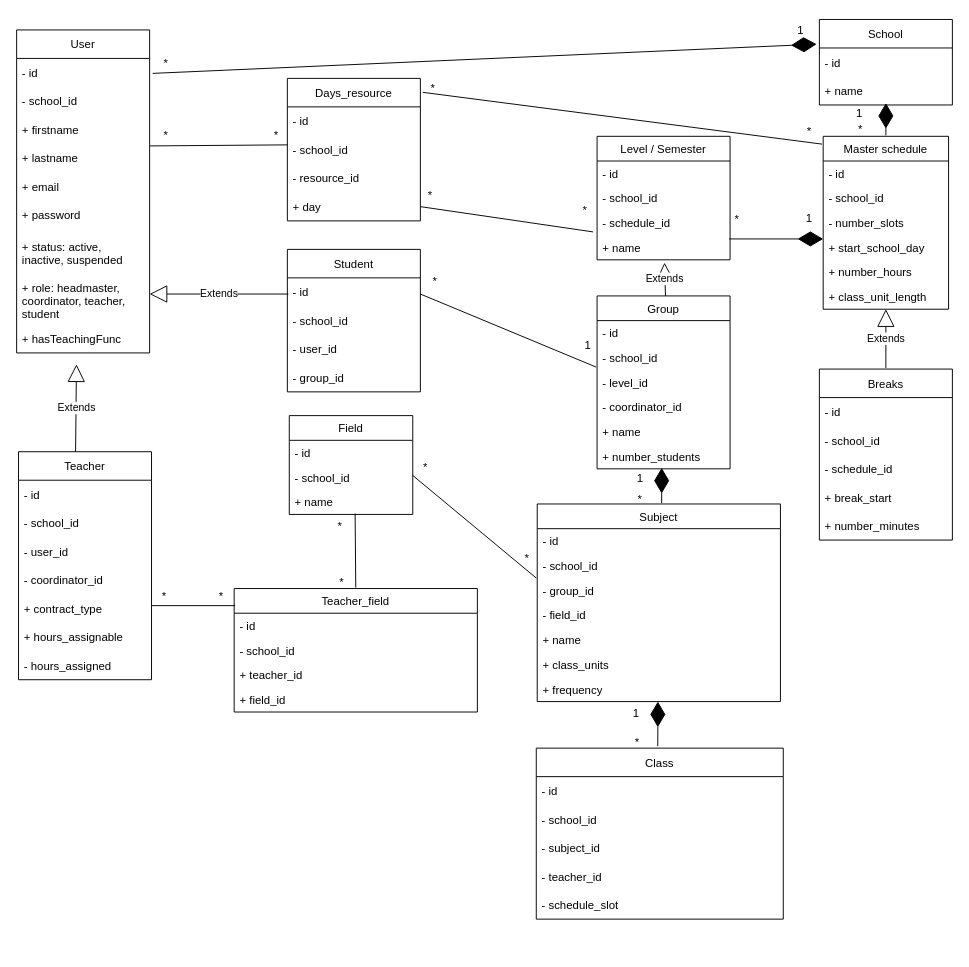
Before: stages/3_Design/entities/entities_UML.drawio in JeromeVargas/schedule_maker, a draw.io diagram. Source tidied: cells renumbered, new cells numbered last; positions are measured from the earlier drawing's top-left corner, leaving out a move shared by most shapes. Both pictures are drawn from the tidied source at 95%, with x=0, y=0 at pixel (16, 16).
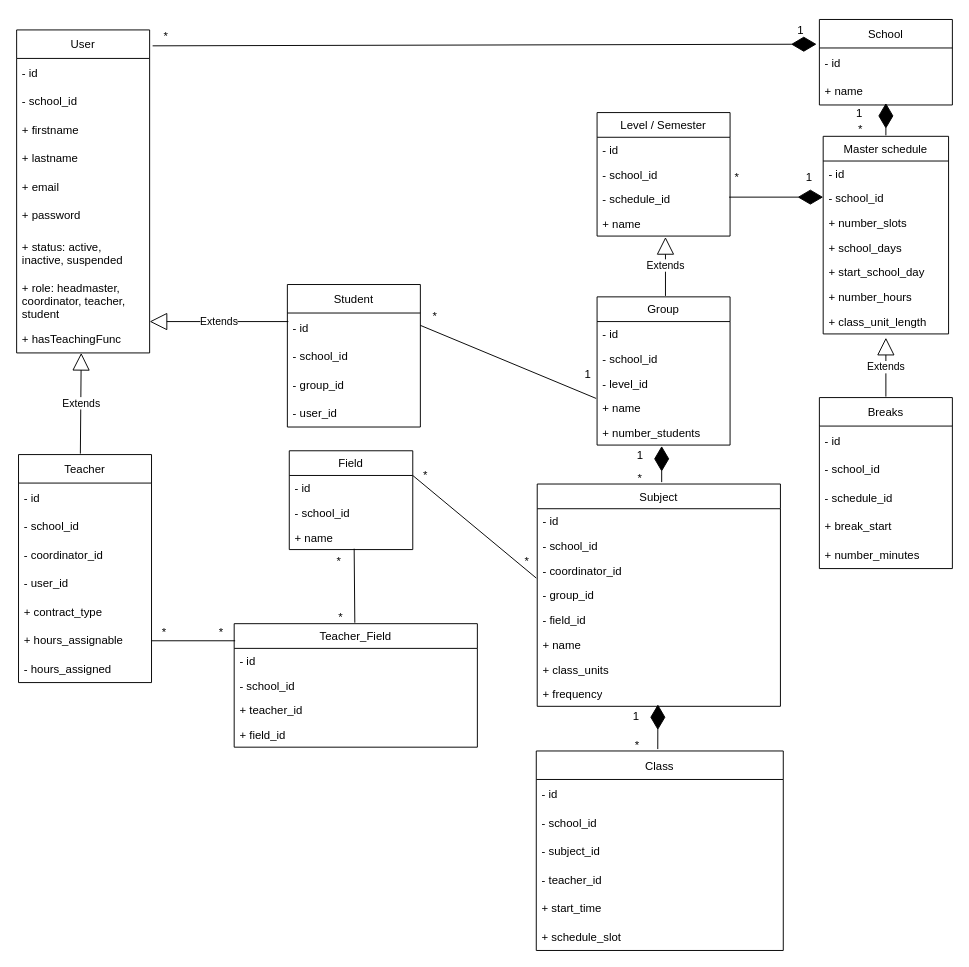
The same page after the edit.

The change refers to these unchanged cells:
```xml
<mxCell id="32" value="- schedule_id" style="text;strokeColor=none;fillColor=none;align=left;verticalAlign=top;spacingLeft=4;spacingRight=4;overflow=hidden;points=[[0,0.5],[1,0.5]];portConstraint=eastwest;" parent="29" vertex="1">
  <mxGeometry y="78" width="140" height="26" as="geometry" />
</mxCell>
<mxCell id="33" value="+ name" style="text;strokeColor=none;fillColor=none;align=left;verticalAlign=top;spacingLeft=4;spacingRight=4;overflow=hidden;points=[[0,0.5],[1,0.5]];portConstraint=eastwest;" parent="29" vertex="1">
  <mxGeometry y="104" width="140" height="26" as="geometry" />
</mxCell>
```

What changed in the source:
```diff
@@
     <mxCell id="16" value="Master schedule" style="swimlane;fontStyle=0;horizontal=1;startSize=26;fillColor=none;" parent="1" vertex="1">
-      <mxGeometry x="849" y="126" width="132" height="182" as="geometry" />
+      <mxGeometry x="849" y="126" width="132" height="208" as="geometry" />
     </mxCell>
@@
-    <mxCell id="19" value="- number_slots" style="text;strokeColor=none;fillColor=none;align=left;verticalAlign=top;spacingLeft=4;spacingRight=4;overflow=hidden;" parent="16" vertex="1">
+    <mxCell id="19" value="+ number_slots" style="text;strokeColor=none;fillColor=none;align=left;verticalAlign=top;spacingLeft=4;spacingRight=4;overflow=hidden;" parent="16" vertex="1">
       <mxGeometry y="78" width="132" height="26" as="geometry" />
     </mxCell>
+    <mxCell id="121" value="+ school_days" style="text;strokeColor=none;fillColor=none;align=left;verticalAlign=top;spacingLeft=4;spacingRight=4;overflow=hidden;" parent="16" vertex="1">
+      <mxGeometry y="104" width="132" height="26" as="geometry" />
+    </mxCell>
     <mxCell id="20" value="+ start_school_day" style="text;strokeColor=none;fillColor=none;align=left;verticalAlign=top;spacingLeft=4;spacingRight=4;overflow=hidden;" parent="16" vertex="1">
-      <mxGeometry y="104" width="132" height="26" as="geometry" />
+      <mxGeometry y="130" width="132" height="26" as="geometry" />
     </mxCell>
     <mxCell id="21" value="+ number_hours" style="text;strokeColor=none;fillColor=none;align=left;verticalAlign=top;spacingLeft=4;spacingRight=4;overflow=hidden;" parent="16" vertex="1">
-      <mxGeometry y="130" width="132" height="26" as="geometry" />
+      <mxGeometry y="156" width="132" height="26" as="geometry" />
     </mxCell>
     <mxCell id="22" value="+ class_unit_length" style="text;strokeColor=none;fillColor=none;align=left;verticalAlign=top;spacingLeft=4;spacingRight=4;overflow=hidden;" parent="16" vertex="1">
-      <mxGeometry y="156" width="132" height="26" as="geometry" />
+      <mxGeometry y="182" width="132" height="26" as="geometry" />
     </mxCell>
     <mxCell id="23" value="Breaks" style="swimlane;fontStyle=0;horizontal=1;startSize=30;" parent="1" vertex="1">
-      <mxGeometry x="845" y="371" width="140" height="180" as="geometry" />
+      <mxGeometry x="845" y="401" width="140" height="180" as="geometry" />
     </mxCell>
@@
     <mxCell id="29" value="Level / Semester" style="swimlane;fontStyle=0;horizontal=1;startSize=26;fillColor=none;" parent="1" vertex="1">
-      <mxGeometry x="611" y="126" width="140" height="130" as="geometry" />
+      <mxGeometry x="611" y="101" width="140" height="130" as="geometry" />
     </mxCell>
@@
     <mxCell id="34" value="Subject" style="swimlane;fontStyle=0;horizontal=1;startSize=26;fillColor=none;" parent="1" vertex="1">
-      <mxGeometry x="548" y="513" width="256" height="208" as="geometry" />
+      <mxGeometry x="548" y="492" width="256" height="234" as="geometry" />
     </mxCell>
@@
+    <mxCell id="113" value="- coordinator_id" style="text;strokeColor=none;fillColor=none;align=left;verticalAlign=top;spacingLeft=4;spacingRight=4;overflow=hidden;" parent="34" vertex="1">
+      <mxGeometry y="78" width="256" height="26" as="geometry" />
+    </mxCell>
     <mxCell id="37" value="- group_id" style="text;strokeColor=none;fillColor=none;align=left;verticalAlign=top;spacingLeft=4;spacingRight=4;overflow=hidden;" parent="34" vertex="1">
-      <mxGeometry y="78" width="256" height="26" as="geometry" />
+      <mxGeometry y="104" width="256" height="26" as="geometry" />
     </mxCell>
     <mxCell id="38" value="- field_id" style="text;strokeColor=none;fillColor=none;align=left;verticalAlign=top;spacingLeft=4;spacingRight=4;overflow=hidden;" parent="34" vertex="1">
-      <mxGeometry y="104" width="256" height="26" as="geometry" />
+      <mxGeometry y="130" width="256" height="26" as="geometry" />
     </mxCell>
     <mxCell id="39" value="+ name" style="text;strokeColor=none;fillColor=none;align=left;verticalAlign=top;spacingLeft=4;spacingRight=4;overflow=hidden;" parent="34" vertex="1">
-      <mxGeometry y="130" width="256" height="26" as="geometry" />
+      <mxGeometry y="156" width="256" height="26" as="geometry" />
     </mxCell>
     <mxCell id="40" value="+ class_units" style="text;strokeColor=none;fillColor=none;align=left;verticalAlign=top;spacingLeft=4;spacingRight=4;overflow=hidden;" parent="34" vertex="1">
-      <mxGeometry y="156" width="256" height="26" as="geometry" />
+      <mxGeometry y="182" width="256" height="26" as="geometry" />
     </mxCell>
     <mxCell id="41" value="+ frequency" style="text;strokeColor=none;fillColor=none;align=left;verticalAlign=top;spacingLeft=4;spacingRight=4;overflow=hidden;whiteSpace=wrap;" parent="34" vertex="1">
-      <mxGeometry y="182" width="256" height="26" as="geometry" />
+      <mxGeometry y="208" width="256" height="26" as="geometry" />
     </mxCell>
     <mxCell id="42" value="Class" style="swimlane;fontStyle=0;horizontal=1;startSize=30;" parent="1" vertex="1">
-      <mxGeometry x="547" y="770" width="260" height="180" as="geometry" />
+      <mxGeometry x="547" y="773" width="260" height="210" as="geometry" />
     </mxCell>
@@
+    <mxCell id="122" value="+ start_time" style="text;strokeColor=none;fillColor=none;align=left;verticalAlign=middle;spacingLeft=4;spacingRight=4;overflow=hidden;" parent="42" vertex="1">
+      <mxGeometry y="150" width="260" height="30" as="geometry" />
+    </mxCell>
-    <mxCell id="47" value="- schedule_slot" style="text;strokeColor=none;fillColor=none;align=left;verticalAlign=middle;spacingLeft=4;spacingRight=4;overflow=hidden;" parent="42" vertex="1">
-      <mxGeometry y="150" width="260" height="30" as="geometry" />
+    <mxCell id="47" value="+ schedule_slot" style="text;strokeColor=none;fillColor=none;align=left;verticalAlign=middle;spacingLeft=4;spacingRight=4;overflow=hidden;" parent="42" vertex="1">
+      <mxGeometry y="180" width="260" height="30" as="geometry" />
     </mxCell>
     <mxCell id="48" value="Teacher" style="swimlane;fontStyle=0;horizontal=1;startSize=30;" parent="1" vertex="1">
-      <mxGeometry x="2" y="458" width="140" height="240" as="geometry" />
+      <mxGeometry x="2" y="461" width="140" height="240" as="geometry" />
     </mxCell>
@@
+    <mxCell id="52" value="- coordinator_id" style="text;strokeColor=none;fillColor=none;align=left;verticalAlign=middle;spacingLeft=4;spacingRight=4;overflow=hidden;" parent="48" vertex="1">
+      <mxGeometry y="90" width="140" height="30" as="geometry" />
+    </mxCell>
     <mxCell id="51" value="- user_id" style="text;strokeColor=none;fillColor=none;align=left;verticalAlign=middle;spacingLeft=4;spacingRight=4;overflow=hidden;" parent="48" vertex="1">
-      <mxGeometry y="90" width="140" height="30" as="geometry" />
+      <mxGeometry y="120" width="140" height="30" as="geometry" />
     </mxCell>
-    <mxCell id="52" value="- coordinator_id" style="text;strokeColor=none;fillColor=none;align=left;verticalAlign=middle;spacingLeft=4;spacingRight=4;overflow=hidden;" parent="48" vertex="1">
-      <mxGeometry y="120" width="140" height="30" as="geometry" />
-    </mxCell>
@@
     <mxCell id="56" value="Student" style="swimlane;fontStyle=0;horizontal=1;startSize=30;" parent="1" vertex="1">
-      <mxGeometry x="285" y="245" width="140" height="150" as="geometry" />
+      <mxGeometry x="285" y="282" width="140" height="150" as="geometry" />
     </mxCell>
@@
+    <mxCell id="60" value="- group_id" style="text;strokeColor=none;fillColor=none;align=left;verticalAlign=middle;spacingLeft=4;spacingRight=4;overflow=hidden;" parent="56" vertex="1">
+      <mxGeometry y="90" width="140" height="30" as="geometry" />
+    </mxCell>
     <mxCell id="59" value="- user_id" style="text;strokeColor=none;fillColor=none;align=left;verticalAlign=middle;spacingLeft=4;spacingRight=4;overflow=hidden;" parent="56" vertex="1">
-      <mxGeometry y="90" width="140" height="30" as="geometry" />
+      <mxGeometry y="120" width="140" height="30" as="geometry" />
     </mxCell>
-    <mxCell id="60" value="- group_id" style="text;strokeColor=none;fillColor=none;align=left;verticalAlign=middle;spacingLeft=4;spacingRight=4;overflow=hidden;" parent="56" vertex="1">
-      <mxGeometry y="120" width="140" height="30" as="geometry" />
-    </mxCell>
-    <mxCell id="61" value="Teacher_field" style="swimlane;fontStyle=0;horizontal=1;startSize=26;fillColor=none;" parent="1" vertex="1">
-      <mxGeometry x="229" y="602" width="256" height="130" as="geometry" />
+    <mxCell id="61" value="Teacher_Field" style="swimlane;fontStyle=0;horizontal=1;startSize=26;fillColor=none;" parent="1" vertex="1">
+      <mxGeometry x="229" y="639" width="256" height="130" as="geometry" />
     </mxCell>
@@
-    <mxCell id="66" value="Extends" style="endArrow=block;endSize=16;endFill=0;html=1;rounded=0;entryX=0.486;entryY=1.02;entryDx=0;entryDy=0;entryPerimeter=0;exitX=0.429;exitY=0;exitDx=0;exitDy=0;exitPerimeter=0;" parent="1" edge="1" source="48">
+    <mxCell id="66" value="Extends" style="endArrow=block;endSize=16;endFill=0;html=1;rounded=0;entryX=0.45;entryY=0.933;entryDx=0;entryDy=0;entryPerimeter=0;exitX=0.429;exitY=0;exitDx=0;exitDy=0;exitPerimeter=0;" parent="1" edge="1">
       <mxGeometry relative="1" as="geometry">
-        <mxPoint x="63" y="366" as="targetPoint" />
+        <mxPoint x="67.1" y="460" as="sourcePoint" />
+        <mxPoint x="68" y="354" as="targetPoint" />
       </mxGeometry>
     </mxCell>
     <mxCell id="67" value="Extends" style="endArrow=block;endSize=16;endFill=0;html=1;rounded=0;exitX=0;exitY=0.5;exitDx=0;exitDy=0;" parent="1" edge="1">
       <mxGeometry relative="1" as="geometry">
-        <mxPoint x="286" y="292" as="sourcePoint" />
-        <mxPoint x="140" y="292" as="targetPoint" />
+        <mxPoint x="286" y="321" as="sourcePoint" />
+        <mxPoint x="140" y="321" as="targetPoint" />
       </mxGeometry>
     </mxCell>
     <mxCell id="68" value="Extends" style="endArrow=block;endSize=16;endFill=0;html=1;rounded=0;exitX=0.5;exitY=0;exitDx=0;exitDy=0;entryX=0.5;entryY=1.115;entryDx=0;entryDy=0;entryPerimeter=0;" parent="1" edge="1">
       <mxGeometry relative="1" as="geometry">
-        <mxPoint x="915" y="370" as="sourcePoint" />
-        <mxPoint x="915" y="308" as="targetPoint" />
+        <mxPoint x="915" y="400" as="sourcePoint" />
+        <mxPoint x="915" y="338" as="targetPoint" />
       </mxGeometry>
     </mxCell>
@@
     <mxCell id="73" style="endArrow=diamondThin;endFill=1;endSize=24;html=1;rounded=0;" parent="1" edge="1">
       <mxGeometry relative="1" as="geometry">
-        <mxPoint x="679" y="512" as="sourcePoint" />
-        <mxPoint x="679" y="475" as="targetPoint" />
+        <mxPoint x="679" y="490" as="sourcePoint" />
+        <mxPoint x="679" y="452" as="targetPoint" />
       </mxGeometry>
     </mxCell>
     <mxCell id="74" value="1" style="text;html=1;align=center;verticalAlign=middle;strokeColor=none;fillColor=none;" parent="1" vertex="1">
-      <mxGeometry x="641" y="471" width="30" height="30" as="geometry" />
+      <mxGeometry x="641" y="447" width="30" height="30" as="geometry" />
     </mxCell>
     <mxCell id="75" value="*" style="text;html=1;align=center;verticalAlign=middle;strokeColor=none;fillColor=none;" parent="1" vertex="1">
-      <mxGeometry x="641" y="493" width="30" height="30" as="geometry" />
+      <mxGeometry x="641" y="471" width="30" height="30" as="geometry" />
     </mxCell>
     <mxCell id="76" style="endArrow=diamondThin;endFill=1;endSize=24;html=1;rounded=0;exitX=0.492;exitY=0.033;exitDx=0;exitDy=0;exitPerimeter=0;" parent="1" edge="1">
       <mxGeometry relative="1" as="geometry">
-        <mxPoint x="674.9" y="768" as="sourcePoint" />
-        <mxPoint x="675" y="721" as="targetPoint" />
+        <mxPoint x="674.9" y="771" as="sourcePoint" />
+        <mxPoint x="675" y="724" as="targetPoint" />
       </mxGeometry>
     </mxCell>
     <mxCell id="77" value="1" style="text;html=1;align=center;verticalAlign=middle;strokeColor=none;fillColor=none;" parent="1" vertex="1">
-      <mxGeometry x="637" y="719" width="30" height="30" as="geometry" />
+      <mxGeometry x="637" y="722" width="30" height="30" as="geometry" />
     </mxCell>
     <mxCell id="78" value="*" style="text;html=1;align=center;verticalAlign=middle;strokeColor=none;fillColor=none;" parent="1" vertex="1">
-      <mxGeometry x="638" y="749" width="30" height="30" as="geometry" />
+      <mxGeometry x="638" y="752" width="30" height="30" as="geometry" />
     </mxCell>
     <mxCell id="79" value="Field" style="swimlane;fontStyle=0;horizontal=1;startSize=26;fillColor=none;" parent="1" vertex="1">
-      <mxGeometry x="287" y="420" width="130" height="104" as="geometry" />
+      <mxGeometry x="287" y="457" width="130" height="104" as="geometry" />
     </mxCell>
@@
     <mxCell id="83" style="endArrow=none;endFill=1;endSize=24;html=1;rounded=0;entryX=1;entryY=0.5;entryDx=0;entryDy=0;" parent="1" edge="1">
       <mxGeometry relative="1" as="geometry">
-        <mxPoint x="230" y="620" as="sourcePoint" />
-        <mxPoint x="142" y="620" as="targetPoint" />
+        <mxPoint x="230" y="657" as="sourcePoint" />
+        <mxPoint x="142" y="657" as="targetPoint" />
       </mxGeometry>
     </mxCell>
     <mxCell id="84" value="*" style="text;html=1;align=center;verticalAlign=middle;strokeColor=none;fillColor=none;" parent="1" vertex="1">
-      <mxGeometry x="327" y="581" width="30" height="30" as="geometry" />
+      <mxGeometry x="326" y="618" width="30" height="30" as="geometry" />
     </mxCell>
     <mxCell id="85" value="*" style="text;html=1;align=center;verticalAlign=middle;strokeColor=none;fillColor=none;" parent="1" vertex="1">
-      <mxGeometry x="325" y="522" width="30" height="30" as="geometry" />
+      <mxGeometry x="324" y="559" width="30" height="30" as="geometry" />
     </mxCell>
     <mxCell id="86" value="1" style="text;html=1;align=center;verticalAlign=middle;strokeColor=none;fillColor=none;" parent="1" vertex="1">
-      <mxGeometry x="819" y="198" width="30" height="30" as="geometry" />
+      <mxGeometry x="819" y="154" width="30" height="30" as="geometry" />
     </mxCell>
     <mxCell id="87" value="*" style="text;html=1;align=center;verticalAlign=middle;strokeColor=none;fillColor=none;" parent="1" vertex="1">
-      <mxGeometry x="743" y="199" width="30" height="30" as="geometry" />
+      <mxGeometry x="743" y="155" width="30" height="30" as="geometry" />
     </mxCell>
-    <mxCell id="88" value="Days_resource" style="swimlane;fontStyle=0;horizontal=1;startSize=30;" parent="1" vertex="1">
-      <mxGeometry x="285" y="65" width="140" height="150" as="geometry" />
-    </mxCell>
-    <mxCell id="89" value="- id" style="text;strokeColor=none;fillColor=none;align=left;verticalAlign=middle;spacingLeft=4;spacingRight=4;overflow=hidden;" parent="88" vertex="1">
-      <mxGeometry y="30" width="140" height="30" as="geometry" />
-    </mxCell>
-    <mxCell id="90" value="- school_id" style="text;strokeColor=none;fillColor=none;align=left;verticalAlign=middle;spacingLeft=4;spacingRight=4;overflow=hidden;" parent="88" vertex="1">
-      <mxGeometry y="60" width="140" height="30" as="geometry" />
-    </mxCell>
-    <mxCell id="91" value="- resource_id" style="text;strokeColor=none;fillColor=none;align=left;verticalAlign=middle;spacingLeft=4;spacingRight=4;overflow=hidden;" parent="88" vertex="1">
-      <mxGeometry y="90" width="140" height="30" as="geometry" />
-    </mxCell>
-    <mxCell id="92" value="+ day" style="text;strokeColor=none;fillColor=none;align=left;verticalAlign=middle;spacingLeft=4;spacingRight=4;overflow=hidden;points=[[0,0.5],[1,0.5]];portConstraint=eastwest;" parent="88" vertex="1">
-      <mxGeometry y="120" width="140" height="30" as="geometry" />
-    </mxCell>
-    <mxCell id="93" style="endArrow=none;html=1;entryX=0.007;entryY=0;entryDx=0;entryDy=0;entryPerimeter=0;exitX=-0.051;exitY=0.87;exitDx=0;exitDy=0;exitPerimeter=0;" parent="1" edge="1" source="94">
-      <mxGeometry relative="1" as="geometry">
-        <mxPoint x="285" y="135" as="targetPoint" />
-      </mxGeometry>
-    </mxCell>
-    <mxCell id="94" value="*" style="text;html=1;align=center;verticalAlign=middle;points=[];strokeColor=none;fillColor=none;" parent="1" vertex="1">
-      <mxGeometry x="142" y="110" width="30" height="30" as="geometry" />
-    </mxCell>
-    <mxCell id="95" value="*" style="text;html=1;align=center;verticalAlign=middle;strokeColor=none;fillColor=none;" parent="1" vertex="1">
-      <mxGeometry x="258" y="110" width="30" height="30" as="geometry" />
-    </mxCell>
-    <mxCell id="96" style="endArrow=none;html=1;exitX=1;exitY=0.5;exitDx=0;exitDy=0;entryX=-0.03;entryY=0.87;entryDx=0;entryDy=0;entryPerimeter=0;" parent="1" edge="1" source="92" target="32">
-      <mxGeometry relative="1" as="geometry" />
-    </mxCell>
-    <mxCell id="97" style="endArrow=none;html=1;entryX=0.961;entryY=1.039;entryDx=0;entryDy=0;entryPerimeter=0;exitX=0.051;exitY=0.791;exitDx=0;exitDy=0;exitPerimeter=0;" parent="1" edge="1">
-      <mxGeometry relative="1" as="geometry">
-        <mxPoint x="427.5" y="79.7" as="sourcePoint" />
-        <mxPoint x="847.8" y="134.2" as="targetPoint" />
-      </mxGeometry>
-    </mxCell>
-    <mxCell id="98" value="*" style="text;html=1;align=center;verticalAlign=middle;strokeColor=none;fillColor=none;" parent="1" vertex="1">
-      <mxGeometry x="423" y="61" width="30" height="30" as="geometry" />
-    </mxCell>
-    <mxCell id="99" value="*" style="text;html=1;align=center;verticalAlign=middle;strokeColor=none;fillColor=none;" parent="1" vertex="1">
-      <mxGeometry x="819" y="106" width="30" height="30" as="geometry" />
-    </mxCell>
-    <mxCell id="100" value="*" style="text;html=1;align=center;verticalAlign=middle;strokeColor=none;fillColor=none;" parent="1" vertex="1">
-      <mxGeometry x="583" y="189" width="30" height="30" as="geometry" />
-    </mxCell>
     <mxCell id="101" value="*" style="text;html=1;align=center;verticalAlign=middle;points=[];strokeColor=none;fillColor=none;" parent="1" vertex="1">
-      <mxGeometry x="142" y="35" width="30" height="30" as="geometry" />
+      <mxGeometry x="142" y="6" width="30" height="30" as="geometry" />
     </mxCell>
     <mxCell id="102" style="endArrow=none;html=1;entryX=0.5;entryY=0;entryDx=0;entryDy=0;exitX=0.533;exitY=1.121;exitDx=0;exitDy=0;exitPerimeter=0;" parent="1" edge="1">
       <mxGeometry relative="1" as="geometry">
-        <mxPoint x="356.3" y="523.1" as="sourcePoint" />
-        <mxPoint x="357" y="601" as="targetPoint" />
+        <mxPoint x="355.3" y="560.1" as="sourcePoint" />
+        <mxPoint x="356" y="638" as="targetPoint" />
       </mxGeometry>
     </mxCell>
     <mxCell id="103" value="*" style="text;html=1;align=center;verticalAlign=middle;strokeColor=none;fillColor=none;" parent="1" vertex="1">
-      <mxGeometry x="140" y="596" width="30" height="30" as="geometry" />
+      <mxGeometry x="140" y="633" width="30" height="30" as="geometry" />
     </mxCell>
     <mxCell id="104" value="*" style="text;html=1;align=center;verticalAlign=middle;strokeColor=none;fillColor=none;" parent="1" vertex="1">
-      <mxGeometry x="415" y="460" width="30" height="30" as="geometry" />
+      <mxGeometry x="415" y="468" width="30" height="30" as="geometry" />
     </mxCell>
     <mxCell id="105" value="*" style="text;html=1;align=center;verticalAlign=middle;strokeColor=none;fillColor=none;" parent="1" vertex="1">
-      <mxGeometry x="522" y="556" width="30" height="30" as="geometry" />
+      <mxGeometry x="522" y="559" width="30" height="30" as="geometry" />
     </mxCell>
@@
     <mxCell id="107" style="endArrow=diamondThin;endFill=1;endSize=24;html=1;rounded=0;" parent="1" edge="1">
       <mxGeometry relative="1" as="geometry">
-        <mxPoint x="750" y="234" as="sourcePoint" />
-        <mxPoint x="849" y="234" as="targetPoint" />
+        <mxPoint x="750" y="190" as="sourcePoint" />
+        <mxPoint x="849" y="190" as="targetPoint" />
       </mxGeometry>
     </mxCell>
-    <mxCell id="108" value="*" style="text;html=1;align=center;verticalAlign=middle;strokeColor=none;fillColor=none;" parent="1" vertex="1">
-      <mxGeometry x="420" y="173" width="30" height="30" as="geometry" />
-    </mxCell>
     <mxCell id="109" value="Group" style="swimlane;fontStyle=0;horizontal=1;startSize=26;fillColor=none;" parent="1" vertex="1">
-      <mxGeometry x="611" y="294" width="140" height="182" as="geometry" />
+      <mxGeometry x="611" y="295" width="140" height="156" as="geometry" />
     </mxCell>
@@
-    <mxCell id="113" value="- coordinator_id" style="text;strokeColor=none;fillColor=none;align=left;verticalAlign=top;spacingLeft=4;spacingRight=4;overflow=hidden;" parent="109" vertex="1">
-      <mxGeometry y="104" width="140" height="26" as="geometry" />
-    </mxCell>
     <mxCell id="114" value="+ name" style="text;strokeColor=none;fillColor=none;align=left;verticalAlign=top;spacingLeft=4;spacingRight=4;overflow=hidden;" parent="109" vertex="1">
-      <mxGeometry y="130" width="140" height="26" as="geometry" />
+      <mxGeometry y="104" width="140" height="26" as="geometry" />
     </mxCell>
     <mxCell id="115" value="+ number_students" style="text;strokeColor=none;fillColor=none;align=left;verticalAlign=top;spacingLeft=4;spacingRight=4;overflow=hidden;" parent="109" vertex="1">
-      <mxGeometry y="156" width="140" height="26" as="geometry" />
+      <mxGeometry y="130" width="140" height="26" as="geometry" />
     </mxCell>
-    <mxCell id="116" value="Extends" style="endArrow=block;endSize=16;endFill=0;html=1;rounded=0;entryX=0.507;entryY=1.115;entryDx=0;entryDy=0;entryPerimeter=0;" parent="1" edge="1" target="33">
+    <mxCell id="116" value="Extends" style="endArrow=block;endSize=16;endFill=0;html=1;rounded=0;" parent="1" edge="1">
       <mxGeometry x="0.02" relative="1" as="geometry">
         <mxPoint x="683" y="294" as="sourcePoint" />
+        <mxPoint x="683" y="232" as="targetPoint" />
       </mxGeometry>
     </mxCell>
     <mxCell id="117" style="endArrow=none;html=1;exitX=1.013;exitY=0.756;exitDx=0;exitDy=0;exitPerimeter=0;entryX=-0.03;entryY=0.87;entryDx=0;entryDy=0;entryPerimeter=0;" parent="1" edge="1">
       <mxGeometry relative="1" as="geometry">
-        <mxPoint x="425" y="292" as="sourcePoint" />
-        <mxPoint x="610" y="368.9" as="targetPoint" />
+        <mxPoint x="425" y="325" as="sourcePoint" />
+        <mxPoint x="610" y="401.9" as="targetPoint" />
       </mxGeometry>
     </mxCell>
     <mxCell id="118" value="*" style="text;html=1;align=center;verticalAlign=middle;strokeColor=none;fillColor=none;" parent="1" vertex="1">
-      <mxGeometry x="425" y="264" width="30" height="30" as="geometry" />
+      <mxGeometry x="425" y="301" width="30" height="30" as="geometry" />
     </mxCell>
     <mxCell id="119" value="1" style="text;html=1;align=center;verticalAlign=middle;strokeColor=none;fillColor=none;" parent="1" vertex="1">
-      <mxGeometry x="586.2" y="331.3" width="30" height="30" as="geometry" />
+      <mxGeometry x="586.2" y="362.3" width="30" height="30" as="geometry" />
     </mxCell>
     <mxCell id="120" value="*" style="text;html=1;align=center;verticalAlign=middle;strokeColor=none;fillColor=none;" parent="1" vertex="1">
-      <mxGeometry x="200" y="596" width="30" height="30" as="geometry" />
+      <mxGeometry x="200" y="633" width="30" height="30" as="geometry" />
     </mxCell>
```
